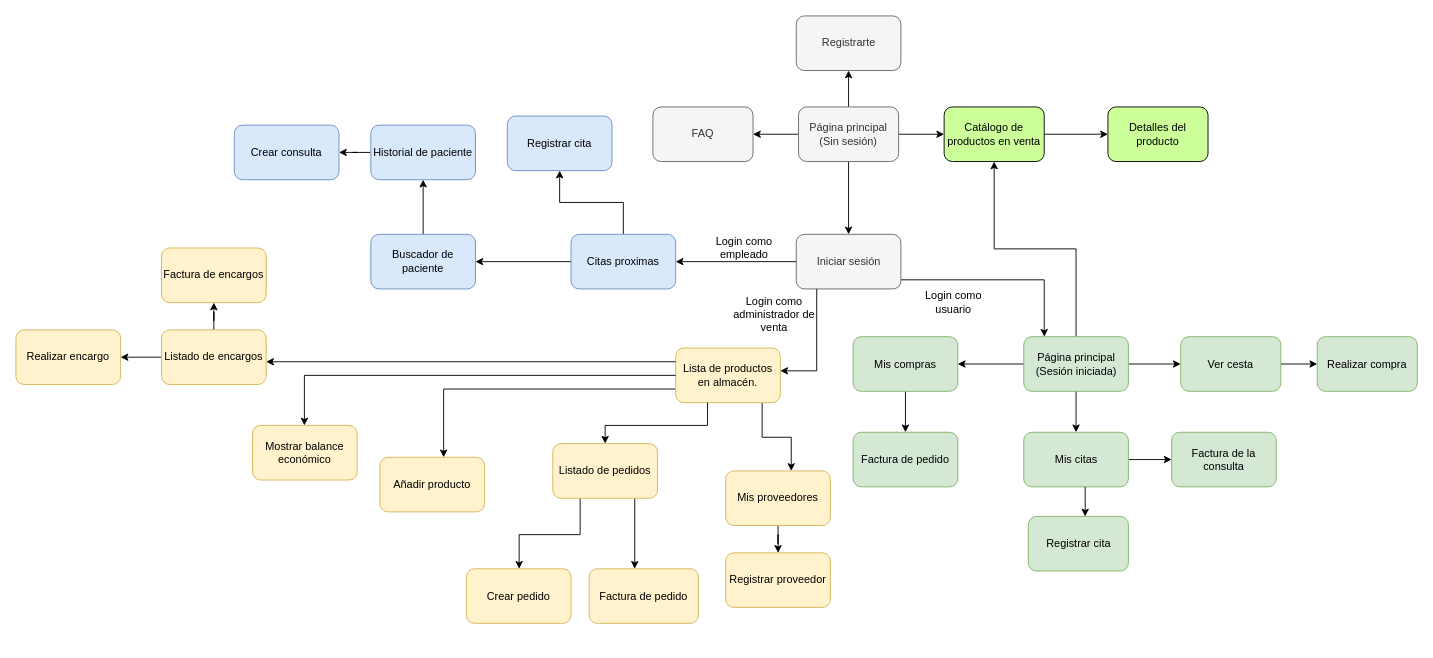
This is Recursos/Diagrama de navegación.drawio from Jesusjbs/clinicaDental-ir, a draw.io file, before an edit. Source tidied: cells renumbered, new cells numbered last; positions are measured from the earlier drawing's top-left corner, leaving out a move shared by most shapes. Both pictures are drawn from the tidied source at 91%, with x=0, y=0 at pixel (15, 15).
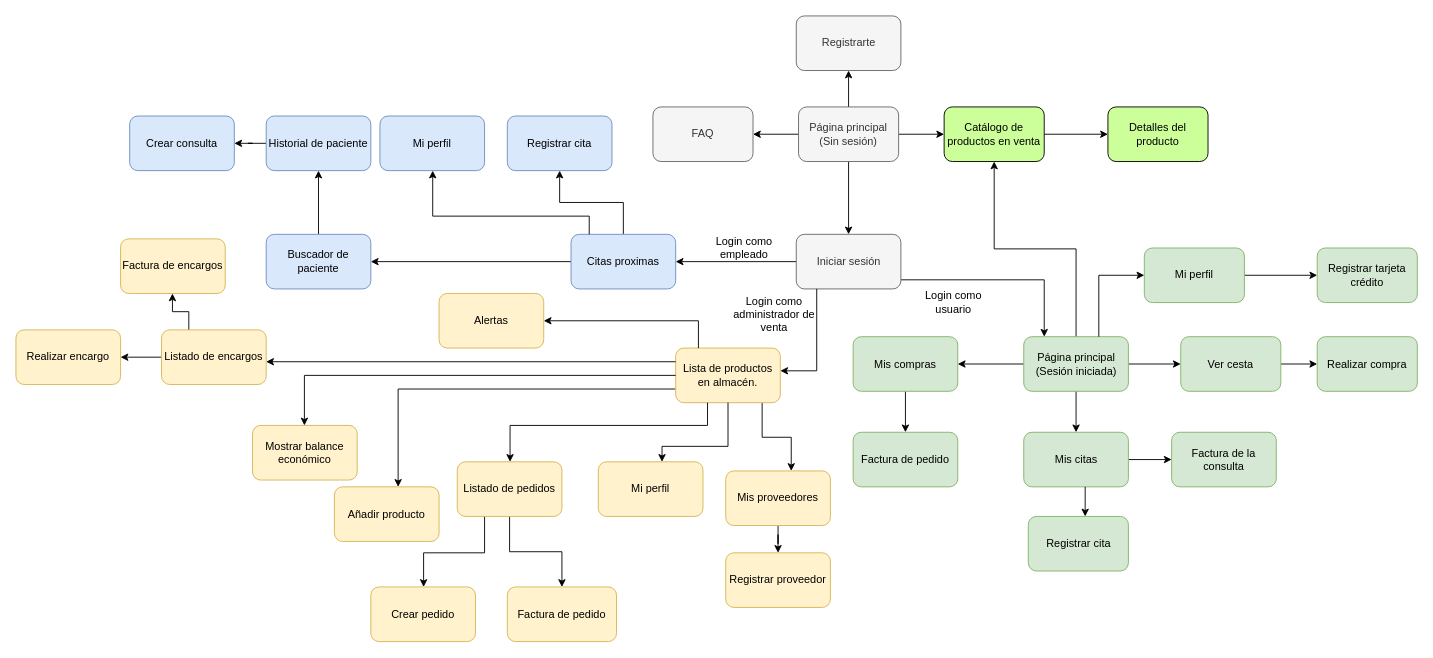
Above is the later version.

The change refers to these unchanged cells:
```xml
<mxCell id="33" value="Lista de productos&lt;br&gt;en almacén." style="whiteSpace=wrap;html=1;rounded=1;fillColor=#fff2cc;strokeColor=#d6b656;" parent="1" vertex="1">
  <mxGeometry x="725" y="365" width="115" height="60" as="geometry" />
</mxCell>
<mxCell id="36" value="Listado de encargos" style="whiteSpace=wrap;html=1;rounded=1;fillColor=#fff2cc;strokeColor=#d6b656;" parent="1" vertex="1">
  <mxGeometry x="160" y="345" width="115" height="60" as="geometry" />
</mxCell>
<mxCell id="53" value="Página principal&lt;br&gt;(Sesión iniciada)" style="whiteSpace=wrap;html=1;rounded=1;fillColor=#d5e8d4;strokeColor=#82b366;" parent="1" vertex="1">
  <mxGeometry x="1107.5" y="352.5" width="115" height="60" as="geometry" />
</mxCell>
<mxCell id="56" value="Citas proximas" style="whiteSpace=wrap;html=1;rounded=1;fillColor=#dae8fc;strokeColor=#6c8ebf;" parent="1" vertex="1">
  <mxGeometry x="610" y="240" width="115" height="60" as="geometry" />
</mxCell>
```

Change to the diagram source:
```diff
@@
     <mxCell id="20" value="Historial de paciente" style="whiteSpace=wrap;html=1;rounded=1;fillColor=#dae8fc;strokeColor=#6c8ebf;" parent="1" vertex="1">
-      <mxGeometry x="390" y="120" width="115" height="60" as="geometry" />
+      <mxGeometry x="275" y="110" width="115" height="60" as="geometry" />
     </mxCell>
@@
     <mxCell id="23" value="Buscador de paciente" style="whiteSpace=wrap;html=1;rounded=1;fillColor=#dae8fc;strokeColor=#6c8ebf;" parent="1" vertex="1">
-      <mxGeometry x="390" y="240" width="115" height="60" as="geometry" />
+      <mxGeometry x="275" y="240" width="115" height="60" as="geometry" />
     </mxCell>
     <mxCell id="24" value="Crear consulta" style="whiteSpace=wrap;html=1;rounded=1;fillColor=#dae8fc;strokeColor=#6c8ebf;" parent="1" vertex="1">
-      <mxGeometry x="240" y="120" width="115" height="60" as="geometry" />
+      <mxGeometry x="125" y="110" width="115" height="60" as="geometry" />
     </mxCell>
@@
     <mxCell id="27" value="Añadir producto" style="whiteSpace=wrap;html=1;rounded=1;fillColor=#fff2cc;strokeColor=#d6b656;" parent="1" vertex="1">
-      <mxGeometry x="400" y="485" width="115" height="60" as="geometry" />
+      <mxGeometry x="350" y="517.5" width="115" height="60" as="geometry" />
     </mxCell>
@@
     <mxCell id="32" style="edgeStyle=orthogonalEdgeStyle;rounded=0;jettySize=auto;html=1;" parent="1" edge="1" source="33" target="27">
       <mxGeometry relative="1" as="geometry">
         <Array as="points">
-          <mxPoint x="470" y="410" />
+          <mxPoint x="420" y="410" />
         </Array>
       </mxGeometry>
     </mxCell>
@@
     <mxCell id="34" style="edgeStyle=orthogonalEdgeStyle;rounded=0;jettySize=auto;html=1;" parent="1" edge="1" source="36" target="37">
-      <mxGeometry relative="1" as="geometry" />
+      <mxGeometry relative="1" as="geometry">
+        <Array as="points">
+          <mxPoint x="190" y="325" />
+          <mxPoint x="172" y="325" />
+        </Array>
+      </mxGeometry>
     </mxCell>
@@
     <mxCell id="37" value="Factura de encargos" style="whiteSpace=wrap;html=1;rounded=1;fillColor=#fff2cc;strokeColor=#d6b656;" parent="1" vertex="1">
-      <mxGeometry x="160" y="255" width="115" height="60" as="geometry" />
+      <mxGeometry x="115" y="245" width="115" height="60" as="geometry" />
     </mxCell>
@@
     <mxCell id="46" style="edgeStyle=orthogonalEdgeStyle;rounded=0;jettySize=auto;html=1;" parent="1" edge="1" source="48" target="60">
-      <mxGeometry relative="1" as="geometry">
-        <Array as="points">
-          <mxPoint x="680" y="570" />
-          <mxPoint x="680" y="570" />
-        </Array>
-      </mxGeometry>
+      <mxGeometry relative="1" as="geometry" />
     </mxCell>
     <mxCell id="47" style="edgeStyle=orthogonalEdgeStyle;rounded=0;jettySize=auto;html=1;" parent="1" edge="1" source="48" target="64">
       <mxGeometry relative="1" as="geometry">
         <Array as="points">
-          <mxPoint x="620" y="570" />
-          <mxPoint x="553" y="570" />
+          <mxPoint x="515" y="590" />
+          <mxPoint x="448" y="590" />
         </Array>
       </mxGeometry>
     </mxCell>
     <mxCell id="48" value="Listado de pedidos" style="whiteSpace=wrap;html=1;rounded=1;fillColor=#fff2cc;strokeColor=#d6b656;" parent="1" vertex="1">
-      <mxGeometry x="590" y="470" width="115" height="60" as="geometry" />
+      <mxGeometry x="485" y="490" width="115" height="60" as="geometry" />
     </mxCell>
@@
     <mxCell id="60" value="Factura de pedido" style="whiteSpace=wrap;html=1;rounded=1;fillColor=#fff2cc;strokeColor=#d6b656;" parent="1" vertex="1">
-      <mxGeometry x="630" y="607.5" width="120" height="60" as="geometry" />
+      <mxGeometry x="540" y="627.5" width="120" height="60" as="geometry" />
     </mxCell>
-    <mxCell id="61" style="edgeStyle=orthogonalEdgeStyle;rounded=0;jettySize=auto;html=1;entryX=0.5;entryY=0;entryDx=0;entryDy=0;" parent="1" edge="1" source="33" target="48">
+    <mxCell id="61" style="edgeStyle=orthogonalEdgeStyle;rounded=0;jettySize=auto;html=1;" parent="1" edge="1" source="33" target="48">
       <mxGeometry relative="1" as="geometry">
         <Array as="points">
           <mxPoint x="760" y="450" />
-          <mxPoint x="648" y="450" />
+          <mxPoint x="543" y="450" />
         </Array>
       </mxGeometry>
     </mxCell>
@@
     <mxCell id="64" value="Crear pedido" style="whiteSpace=wrap;html=1;rounded=1;fillColor=#fff2cc;strokeColor=#d6b656;" parent="1" vertex="1">
-      <mxGeometry x="495" y="607.5" width="115" height="60" as="geometry" />
+      <mxGeometry x="390" y="627.5" width="115" height="60" as="geometry" />
     </mxCell>
+    <mxCell id="65" style="edgeStyle=orthogonalEdgeStyle;rounded=0;jettySize=auto;html=1;" parent="1" edge="1" source="66" target="72">
+      <mxGeometry relative="1" as="geometry" />
+    </mxCell>
+    <mxCell id="66" value="Mi perfil" style="rounded=1;whiteSpace=wrap;html=1;fillColor=#d5e8d4;strokeColor=#82b366;" parent="1" vertex="1">
+      <mxGeometry x="1240" y="255" width="110" height="60" as="geometry" />
+    </mxCell>
+    <mxCell id="67" style="edgeStyle=orthogonalEdgeStyle;rounded=0;jettySize=auto;html=1;" parent="1" edge="1" source="53" target="66">
+      <mxGeometry relative="1" as="geometry">
+        <Array as="points">
+          <mxPoint x="1190" y="285" />
+        </Array>
+      </mxGeometry>
+    </mxCell>
+    <mxCell id="68" value="Mi perfil" style="whiteSpace=wrap;html=1;rounded=1;fillColor=#dae8fc;strokeColor=#6c8ebf;" parent="1" vertex="1">
+      <mxGeometry x="400" y="110" width="115" height="60" as="geometry" />
+    </mxCell>
+    <mxCell id="69" style="edgeStyle=orthogonalEdgeStyle;rounded=0;jettySize=auto;html=1;" parent="1" edge="1" source="56" target="68">
+      <mxGeometry relative="1" as="geometry">
+        <Array as="points">
+          <mxPoint x="630" y="220" />
+          <mxPoint x="458" y="220" />
+        </Array>
+      </mxGeometry>
+    </mxCell>
+    <mxCell id="70" value="Mi perfil" style="whiteSpace=wrap;html=1;rounded=1;fillColor=#fff2cc;strokeColor=#d6b656;" parent="1" vertex="1">
+      <mxGeometry x="640" y="490" width="115" height="60" as="geometry" />
+    </mxCell>
+    <mxCell id="71" style="edgeStyle=orthogonalEdgeStyle;rounded=0;jettySize=auto;html=1;" parent="1" edge="1" source="33" target="70">
+      <mxGeometry relative="1" as="geometry">
+        <Array as="points">
+          <mxPoint x="782" y="473" />
+          <mxPoint x="710" y="473" />
+        </Array>
+      </mxGeometry>
+    </mxCell>
+    <mxCell id="72" value="Registrar tarjeta crédito" style="rounded=1;whiteSpace=wrap;html=1;fillColor=#d5e8d4;strokeColor=#82b366;" parent="1" vertex="1">
+      <mxGeometry x="1430" y="255" width="110" height="60" as="geometry" />
+    </mxCell>
+    <mxCell id="73" style="edgeStyle=orthogonalEdgeStyle;rounded=0;jettySize=auto;html=1;" parent="1" edge="1" source="33" target="74">
+      <mxGeometry relative="1" as="geometry">
+        <Array as="points">
+          <mxPoint x="750" y="335" />
+        </Array>
+      </mxGeometry>
+    </mxCell>
+    <mxCell id="74" value="Alertas" style="whiteSpace=wrap;html=1;rounded=1;fillColor=#fff2cc;strokeColor=#d6b656;" parent="1" vertex="1">
+      <mxGeometry x="465" y="305" width="115" height="60" as="geometry" />
+    </mxCell>
```
